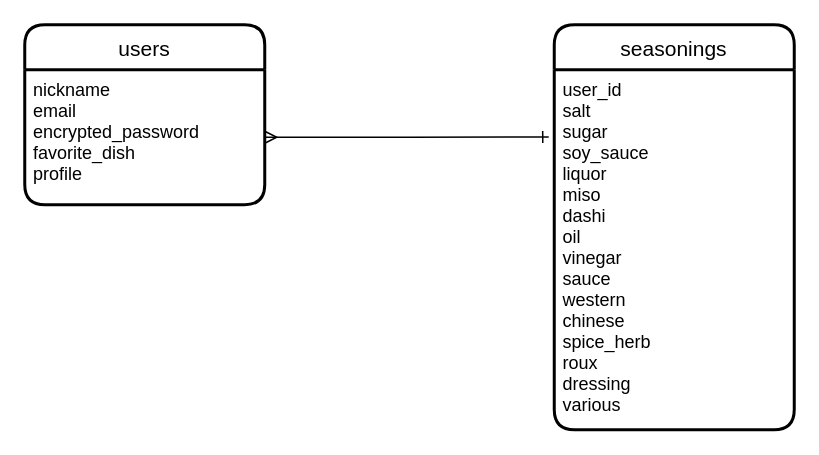
Above: ER_diagram.dio in bokko-chan/uchino_aji (draw.io), before the change. Source tidied: cells renumbered, new cells numbered last; positions are measured from the earlier drawing's top-left corner, leaving out a move shared by most shapes. Both pictures are drawn from the tidied source at 150%, with x=0, y=0 at pixel (24, 24).
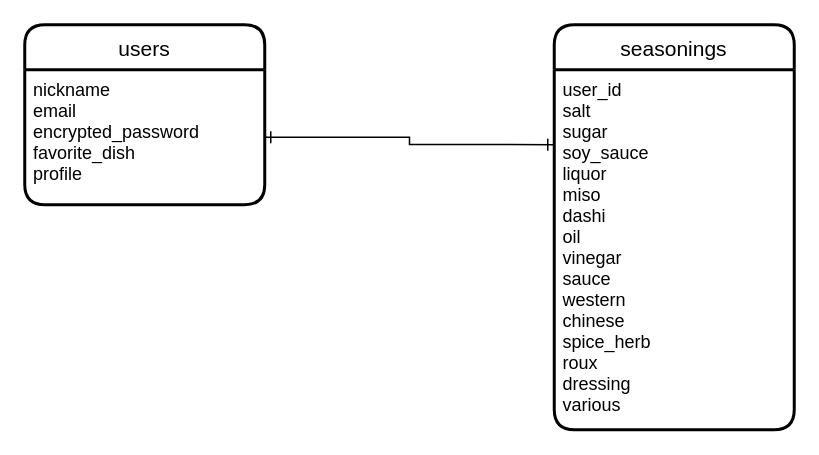
After the change.

What changed in the source:
```diff
@@
 <mxGraphModel>
   <root>
     <mxCell id="0" />
     <mxCell id="1" parent="0" />
     <mxCell id="2" value="users" style="swimlane;horizontal=1;startSize=30;rounded=1;fontSize=14;fontStyle=0;strokeWidth=2;shadow=0;dashed=0;align=center;" parent="1" vertex="1">
       <mxGeometry width="160" height="120" as="geometry" />
     </mxCell>
     <mxCell id="3" value="nickname&#10;email&#10;encrypted_password&#10;favorite_dish&#10;profile" style="align=left;strokeColor=none;fillColor=none;spacingLeft=4;fontSize=12;verticalAlign=top;" parent="2" vertex="1">
       <mxGeometry y="30" width="160" height="90" as="geometry" />
     </mxCell>
     <mxCell id="4" value="seasonings" style="swimlane;horizontal=1;startSize=30;rounded=1;fontSize=14;fontStyle=0;strokeWidth=2;shadow=0;dashed=0;align=center;" parent="1" vertex="1">
       <mxGeometry x="353" width="160" height="270" as="geometry" />
     </mxCell>
     <mxCell id="5" value="user_id&#10;salt&#10;sugar&#10;soy_sauce&#10;liquor&#10;miso&#10;dashi&#10;oil&#10;vinegar&#10;sauce&#10;western&#10;chinese&#10;spice_herb&#10;roux&#10;dressing&#10;various" style="align=left;strokeColor=none;fillColor=none;spacingLeft=4;fontSize=12;verticalAlign=top;" parent="4" vertex="1">
       <mxGeometry y="30" width="160" height="240" as="geometry" />
     </mxCell>
-    <mxCell id="6" style="edgeStyle=orthogonalEdgeStyle;rounded=0;jettySize=auto;html=1;exitX=1;exitY=0.5;exitDx=0;exitDy=0;startArrow=ERmany;startFill=0;endArrow=ERone;endFill=0;entryX=-0.023;entryY=0.187;entryDx=0;entryDy=0;entryPerimeter=0;" parent="1" edge="1" source="3" target="5">
+    <mxCell id="6" style="edgeStyle=orthogonalEdgeStyle;rounded=0;jettySize=auto;html=1;exitX=1;exitY=0.5;exitDx=0;exitDy=0;entryX=-0.002;entryY=0.208;entryDx=0;entryDy=0;entryPerimeter=0;startArrow=ERone;startFill=0;endArrow=ERone;endFill=0;" parent="1" edge="1" source="3" target="5">
       <mxGeometry relative="1" as="geometry" />
     </mxCell>
   </root>
 </mxGraphModel>
```
